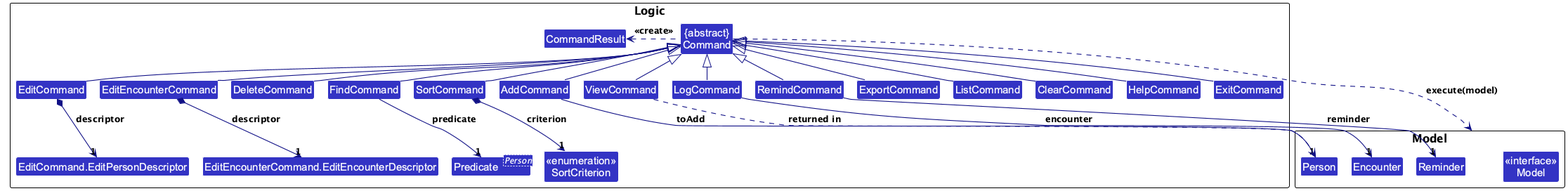
Above: docs/images/CommandFeatureClassDiagram.png in jiajunchang2002g/tp (PlantUML), before the change. Source of this version:
```plantuml
@startuml
!pragma layout smetana
!include style.puml
skinparam arrowThickness 1.1
skinparam arrowColor LOGIC_COLOR_T4
skinparam classBackgroundColor LOGIC_COLOR

package Logic {
Class "{abstract}\nCommand" as Command
Class CommandResult

Class AddCommand
Class EditCommand
Class DeleteCommand
Class ViewCommand
Class LogCommand
Class EditEncounterCommand
Class RemindCommand
Class FindCommand
Class SortCommand
Class ExportCommand
Class ListCommand
Class ClearCommand
Class HelpCommand
Class ExitCommand

Class "EditCommand.EditPersonDescriptor" as EditPersonDescriptor
Class "EditEncounterCommand.EditEncounterDescriptor" as EditEncounterDescriptor
Class "<<enumeration>>\nSortCriterion" as SortCriterion
Class "Predicate<Person>" as PersonPredicate
}

package Model {
Class "<<interface>>\nModel" as Model
Class Person
Class Encounter
Class Reminder
}

AddCommand -up-|> Command
EditCommand -up-|> Command
DeleteCommand -up-|> Command
ViewCommand -up-|> Command
LogCommand -up-|> Command
EditEncounterCommand -up-|> Command
RemindCommand -up-|> Command
FindCommand -up-|> Command
SortCommand -up-|> Command
ExportCommand -up-|> Command
ListCommand -up-|> Command
ClearCommand -up-|> Command
HelpCommand -up-|> Command
ExitCommand -up-|> Command

EditCommand *--> "1" EditPersonDescriptor : descriptor
EditEncounterCommand *--> "1" EditEncounterDescriptor : descriptor
SortCommand *--> "1" SortCriterion : criterion
FindCommand --> "1" PersonPredicate : predicate
AddCommand --> "1" Person : toAdd
LogCommand --> "1" Encounter : encounter
RemindCommand --> "1" Reminder : reminder

Command .down.> Model : execute(model)
Command .left.> CommandResult : <<create>>
ViewCommand ..> Person : returned in

@enduml
```
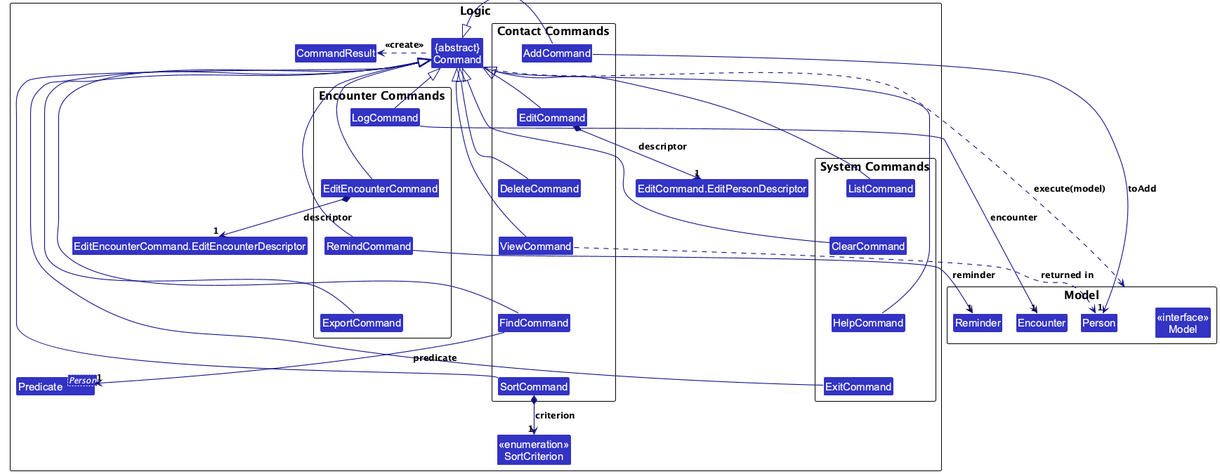
The same diagram one commit later.

Commit message:
docs: improve command class diagram readability and sizing

Change to the diagram source:
```diff
@@ -4,25 +4,35 @@
 skinparam arrowThickness 1.1
 skinparam arrowColor LOGIC_COLOR_T4
 skinparam classBackgroundColor LOGIC_COLOR
+skinparam linetype ortho
+top to bottom direction
 
 package Logic {
 Class "{abstract}\nCommand" as Command
 Class CommandResult
 
+package "Contact Commands" as ContactCommands {
 Class AddCommand
 Class EditCommand
 Class DeleteCommand
 Class ViewCommand
+Class FindCommand
+Class SortCommand
+}
+
+package "Encounter Commands" as EncounterCommands {
 Class LogCommand
 Class EditEncounterCommand
 Class RemindCommand
-Class FindCommand
-Class SortCommand
 Class ExportCommand
+}
+
+package "System Commands" as SystemCommands {
 Class ListCommand
 Class ClearCommand
 Class HelpCommand
 Class ExitCommand
+}
 
 Class "EditCommand.EditPersonDescriptor" as EditPersonDescriptor
 Class "EditEncounterCommand.EditEncounterDescriptor" as EditEncounterDescriptor
@@ -36,6 +46,22 @@
 Class Encounter
 Class Reminder
 }
+
+ContactCommands -[hidden]down-> EncounterCommands
+EncounterCommands -[hidden]down-> SystemCommands
+AddCommand -[hidden]down-> EditCommand
+EditCommand -[hidden]down-> DeleteCommand
+DeleteCommand -[hidden]down-> ViewCommand
+ViewCommand -[hidden]down-> FindCommand
+FindCommand -[hidden]down-> SortCommand
+
+LogCommand -[hidden]down-> EditEncounterCommand
+EditEncounterCommand -[hidden]down-> RemindCommand
+RemindCommand -[hidden]down-> ExportCommand
+
+ListCommand -[hidden]down-> ClearCommand
+ClearCommand -[hidden]down-> HelpCommand
+HelpCommand -[hidden]down-> ExitCommand
 
 AddCommand -up-|> Command
 EditCommand -up-|> Command
```
